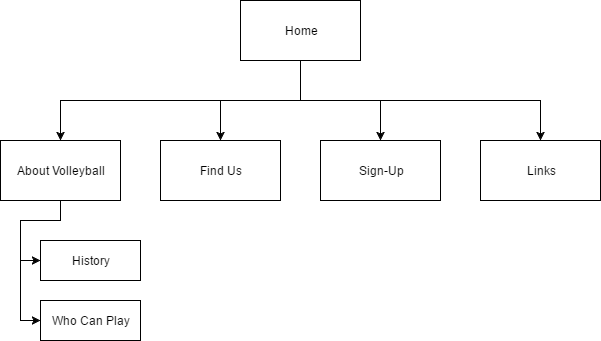
lukeclark177/SlammersVolleyball keeps this draw.io diagram as SlammersSite/SlammersBeachVolleyball.png. Above is the earlier version. Source tidied: cells renumbered, new cells last; positions are measured from the earlier drawing's top-left corner, leaving out a move shared by most shapes. The source it was exported from:
```xml
<mxGraphModel background="#ffffff">
  <root>
    <mxCell id="0" />
    <mxCell id="1" parent="0" />
    <mxCell id="2" style="edgeStyle=orthogonalEdgeStyle;rounded=0;html=1;exitX=0.5;exitY=1;entryX=0.5;entryY=0;jettySize=auto;" parent="1" edge="1" source="6" target="9">
      <mxGeometry relative="1" as="geometry" />
    </mxCell>
    <mxCell id="3" style="edgeStyle=orthogonalEdgeStyle;rounded=0;html=1;exitX=0.5;exitY=1;entryX=0.5;entryY=0;jettySize=auto;" parent="1" edge="1" source="6" target="11">
      <mxGeometry relative="1" as="geometry" />
    </mxCell>
    <mxCell id="4" style="edgeStyle=orthogonalEdgeStyle;rounded=0;html=1;exitX=0.5;exitY=1;jettySize=auto;" parent="1" edge="1" source="6" target="12">
      <mxGeometry relative="1" as="geometry" />
    </mxCell>
    <mxCell id="5" style="edgeStyle=orthogonalEdgeStyle;rounded=0;html=1;exitX=0.5;exitY=1;entryX=0.5;entryY=0;jettySize=auto;" parent="1" edge="1" source="6" target="13">
      <mxGeometry relative="1" as="geometry" />
    </mxCell>
    <mxCell id="6" value="Home" style="whiteSpace=wrap;html=1;" parent="1" vertex="1">
      <mxGeometry x="240" width="120" height="60" as="geometry" />
    </mxCell>
    <mxCell id="7" style="edgeStyle=orthogonalEdgeStyle;rounded=0;html=1;exitX=0.5;exitY=1;entryX=0;entryY=0.5;jettySize=auto;" parent="1" edge="1" source="9" target="14">
      <mxGeometry relative="1" as="geometry" />
    </mxCell>
    <mxCell id="8" style="edgeStyle=orthogonalEdgeStyle;rounded=0;html=1;exitX=0.5;exitY=1;entryX=0;entryY=0.5;jettySize=auto;" parent="1" edge="1" source="9" target="10">
      <mxGeometry relative="1" as="geometry">
        <Array as="points">
          <mxPoint x="60" y="220" />
          <mxPoint x="20" y="220" />
          <mxPoint x="20" y="320" />
        </Array>
      </mxGeometry>
    </mxCell>
    <mxCell id="9" value="About Volleyball" style="whiteSpace=wrap;html=1;" parent="1" vertex="1">
      <mxGeometry y="140" width="120" height="60" as="geometry" />
    </mxCell>
    <mxCell id="10" value="Who Can Play" style="whiteSpace=wrap;html=1;" parent="1" vertex="1">
      <mxGeometry x="40" y="300" width="100" height="40" as="geometry" />
    </mxCell>
    <mxCell id="11" value="Find Us" style="whiteSpace=wrap;html=1;" parent="1" vertex="1">
      <mxGeometry x="160" y="140" width="120" height="60" as="geometry" />
    </mxCell>
    <mxCell id="12" value="Sign-Up" style="whiteSpace=wrap;html=1;" parent="1" vertex="1">
      <mxGeometry x="320" y="140" width="120" height="60" as="geometry" />
    </mxCell>
    <mxCell id="13" value="Links" style="whiteSpace=wrap;html=1;" parent="1" vertex="1">
      <mxGeometry x="480" y="140" width="120" height="60" as="geometry" />
    </mxCell>
    <mxCell id="14" value="History" style="whiteSpace=wrap;html=1;" parent="1" vertex="1">
      <mxGeometry x="40" y="240" width="100" height="40" as="geometry" />
    </mxCell>
  </root>
</mxGraphModel>
```
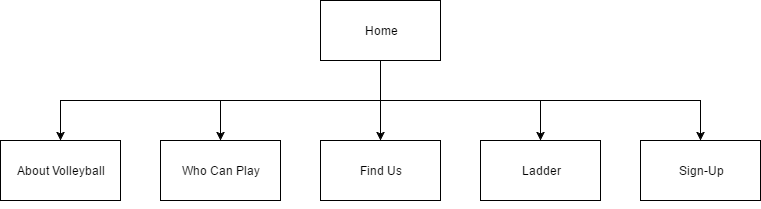
The same file after the commit.

Change to the diagram source:
```diff
@@ -14,38 +14,32 @@
     <mxCell id="5" style="edgeStyle=orthogonalEdgeStyle;rounded=0;html=1;exitX=0.5;exitY=1;entryX=0.5;entryY=0;jettySize=auto;" parent="1" edge="1" source="6" target="13">
       <mxGeometry relative="1" as="geometry" />
     </mxCell>
+    <mxCell id="15" style="edgeStyle=orthogonalEdgeStyle;rounded=0;html=1;exitX=0.5;exitY=1;entryX=0.5;entryY=0;jettySize=auto;" parent="1" edge="1" source="6" target="10">
+      <mxGeometry relative="1" as="geometry" />
+    </mxCell>
     <mxCell id="6" value="Home" style="whiteSpace=wrap;html=1;" parent="1" vertex="1">
-      <mxGeometry x="240" width="120" height="60" as="geometry" />
+      <mxGeometry x="240" y="-10" width="120" height="60" as="geometry" />
     </mxCell>
-    <mxCell id="7" style="edgeStyle=orthogonalEdgeStyle;rounded=0;html=1;exitX=0.5;exitY=1;entryX=0;entryY=0.5;jettySize=auto;" parent="1" edge="1" source="9" target="14">
-      <mxGeometry relative="1" as="geometry" />
-    </mxCell>
-    <mxCell id="8" style="edgeStyle=orthogonalEdgeStyle;rounded=0;html=1;exitX=0.5;exitY=1;entryX=0;entryY=0.5;jettySize=auto;" parent="1" edge="1" source="9" target="10">
-      <mxGeometry relative="1" as="geometry">
-        <Array as="points">
-          <mxPoint x="60" y="220" />
-          <mxPoint x="20" y="220" />
-          <mxPoint x="20" y="320" />
-        </Array>
-      </mxGeometry>
-    </mxCell>
     <mxCell id="9" value="About Volleyball" style="whiteSpace=wrap;html=1;" parent="1" vertex="1">
-      <mxGeometry y="140" width="120" height="60" as="geometry" />
+      <mxGeometry x="-80" y="130" width="120" height="60" as="geometry" />
     </mxCell>
-    <mxCell id="10" value="Who Can Play" style="whiteSpace=wrap;html=1;" parent="1" vertex="1">
-      <mxGeometry x="40" y="300" width="100" height="40" as="geometry" />
-    </mxCell>
     <mxCell id="11" value="Find Us" style="whiteSpace=wrap;html=1;" parent="1" vertex="1">
-      <mxGeometry x="160" y="140" width="120" height="60" as="geometry" />
+      <mxGeometry x="240" y="130" width="120" height="60" as="geometry" />
     </mxCell>
-    <mxCell id="12" value="Sign-Up" style="whiteSpace=wrap;html=1;" parent="1" vertex="1">
-      <mxGeometry x="320" y="140" width="120" height="60" as="geometry" />
+    <mxCell id="12" value="Ladder" style="whiteSpace=wrap;html=1;" parent="1" vertex="1">
+      <mxGeometry x="400" y="130" width="120" height="60" as="geometry" />
     </mxCell>
-    <mxCell id="13" value="Links" style="whiteSpace=wrap;html=1;" parent="1" vertex="1">
-      <mxGeometry x="480" y="140" width="120" height="60" as="geometry" />
+    <mxCell id="13" value="Sign-Up" style="whiteSpace=wrap;html=1;" parent="1" vertex="1">
+      <mxGeometry x="560" y="130" width="120" height="60" as="geometry" />
     </mxCell>
-    <mxCell id="14" value="History" style="whiteSpace=wrap;html=1;" parent="1" vertex="1">
-      <mxGeometry x="40" y="240" width="100" height="40" as="geometry" />
-    </mxCell>
+    <mxCell id="16" style="edgeStyle=orthogonalEdgeStyle;rounded=0;html=1;exitX=0.5;exitY=1;jettySize=auto;orthogonalLoop=1;" parent="1" edge="1">
+      <mxGeometry relative="1" as="geometry">
+        <mxPoint x="620" y="190" as="sourcePoint" />
+        <mxPoint x="620" y="190" as="targetPoint" />
+      </mxGeometry>
+    </mxCell>
+    <mxCell id="10" value="Who Can Play" style="whiteSpace=wrap;html=1;" parent="1" vertex="1">
+      <mxGeometry x="80" y="130" width="120" height="60" as="geometry" />
+    </mxCell>
   </root>
 </mxGraphModel>
```
